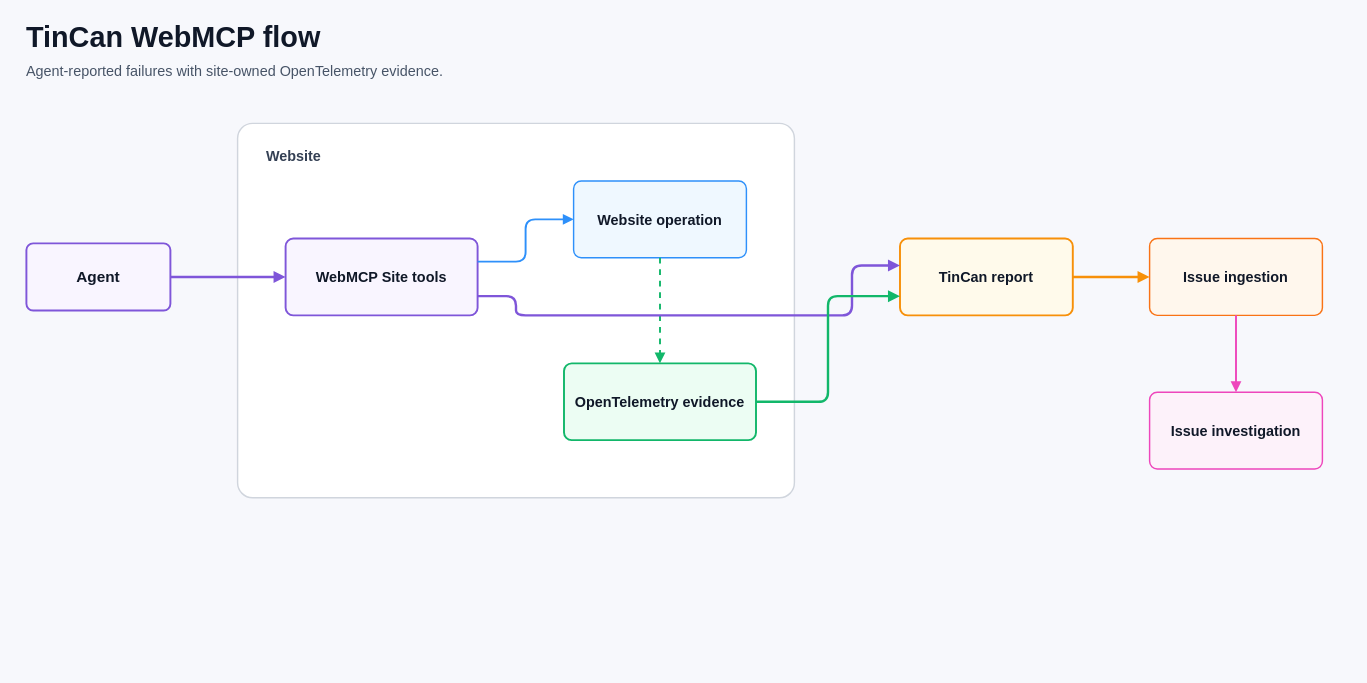
mehdyhaghy/tincan-webmcp keeps this draw.io diagram as docs/architecture.drawio. Above is the earlier version. Source tidied: cells renumbered, new cells numbered last; positions are measured from the earlier drawing's top-left corner, leaving out a move shared by most shapes. Both pictures are drawn from the tidied source at 96%, with x=0, y=0 at pixel (26, 16).
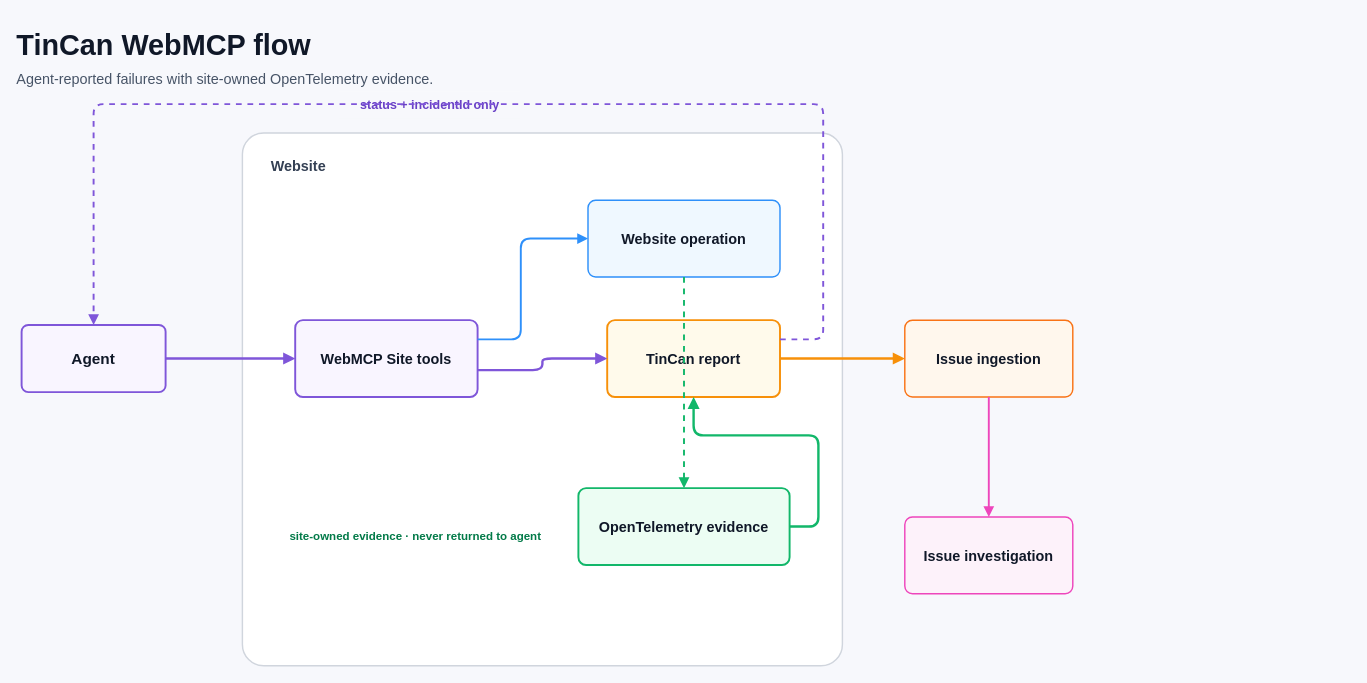
After the change.

Commit message (it also covers changes not shown here):
docs(architecture): clarify privacy boundary

Change to the diagram source:
```diff
@@
     <mxCell id="2" value="TinCan WebMCP flow" style="text;html=1;align=left;verticalAlign=middle;fontFamily=Helvetica;fontSize=30;fontStyle=1;fontColor=#101828;spacing=0;" parent="1" vertex="1">
-      <mxGeometry width="1380" height="42" as="geometry" />
+      <mxGeometry x="-10" y="8" width="1100" height="42" as="geometry" />
     </mxCell>
     <mxCell id="3" value="Agent-reported failures with site-owned OpenTelemetry evidence." style="text;html=1;align=left;verticalAlign=middle;fontFamily=Helvetica;fontSize=15;fontColor=#475467;spacing=0;" parent="1" vertex="1">
-      <mxGeometry y="42" width="1380" height="28" as="geometry" />
+      <mxGeometry x="-10" y="50" width="1100" height="28" as="geometry" />
     </mxCell>
     <mxCell id="4" value="&lt;b&gt;Agent&lt;/b&gt;" style="rounded=1;whiteSpace=wrap;html=1;arcSize=10;fillColor=#F9F5FF;strokeColor=#7F56D9;strokeWidth=2;fontFamily=Helvetica;fontSize=16;fontColor=#101828;align=center;verticalAlign=middle;" parent="1" vertex="1">
-      <mxGeometry y="236" width="150" height="70" as="geometry" />
+      <mxGeometry x="-5" y="321" width="150" height="70" as="geometry" />
     </mxCell>
     <mxCell id="5" style="rounded=1;whiteSpace=wrap;html=1;arcSize=4;fillColor=#FFFFFF;strokeColor=#D0D5DD;strokeWidth=1.5;" parent="1" vertex="1">
-      <mxGeometry x="220" y="111" width="580" height="390" as="geometry" />
+      <mxGeometry x="225" y="121" width="625" height="555" as="geometry" />
     </mxCell>
     <mxCell id="6" value="Website" style="text;html=1;align=left;verticalAlign=middle;fontFamily=Helvetica;fontSize=15;fontStyle=1;fontColor=#344054;spacing=0;" parent="1" vertex="1">
-      <mxGeometry x="250" y="131" width="500" height="28" as="geometry" />
+      <mxGeometry x="255" y="141" width="500" height="28" as="geometry" />
     </mxCell>
     <mxCell id="7" value="&lt;b&gt;WebMCP Site tools&lt;/b&gt;" style="rounded=1;whiteSpace=wrap;html=1;arcSize=10;fillColor=#F9F5FF;strokeColor=#7F56D9;strokeWidth=2;fontFamily=Helvetica;fontSize=15;fontColor=#101828;align=center;verticalAlign=middle;" parent="1" vertex="1">
-      <mxGeometry x="270" y="231" width="200" height="80" as="geometry" />
+      <mxGeometry x="280" y="316" width="190" height="80" as="geometry" />
     </mxCell>
     <mxCell id="8" value="&lt;b&gt;Website operation&lt;/b&gt;" style="rounded=1;whiteSpace=wrap;html=1;arcSize=10;fillColor=#EFF8FF;strokeColor=#2E90FA;strokeWidth=1.5;fontFamily=Helvetica;fontSize=15;fontColor=#101828;align=center;verticalAlign=middle;" parent="1" vertex="1">
-      <mxGeometry x="570" y="171" width="180" height="80" as="geometry" />
+      <mxGeometry x="585" y="191" width="200" height="80" as="geometry" />
     </mxCell>
+    <mxCell id="10" value="&lt;b&gt;TinCan report&lt;/b&gt;" style="rounded=1;whiteSpace=wrap;html=1;arcSize=10;fillColor=#FFFAEB;strokeColor=#F79009;strokeWidth=2;fontFamily=Helvetica;fontSize=15;fontColor=#101828;align=center;verticalAlign=middle;" parent="1" vertex="1">
+      <mxGeometry x="605" y="316" width="180" height="80" as="geometry" />
+    </mxCell>
     <mxCell id="9" value="&lt;b&gt;OpenTelemetry evidence&lt;/b&gt;" style="rounded=1;whiteSpace=wrap;html=1;arcSize=10;fillColor=#ECFDF3;strokeColor=#12B76A;strokeWidth=2;fontFamily=Helvetica;fontSize=15;fontColor=#101828;align=center;verticalAlign=middle;" parent="1" vertex="1">
-      <mxGeometry x="560" y="361" width="200" height="80" as="geometry" />
+      <mxGeometry x="575" y="491" width="220" height="80" as="geometry" />
     </mxCell>
-    <mxCell id="10" value="&lt;b&gt;TinCan report&lt;/b&gt;" style="rounded=1;whiteSpace=wrap;html=1;arcSize=10;fillColor=#FFFAEB;strokeColor=#F79009;strokeWidth=2;fontFamily=Helvetica;fontSize=15;fontColor=#101828;align=center;verticalAlign=middle;" parent="1" vertex="1">
-      <mxGeometry x="910" y="231" width="180" height="80" as="geometry" />
-    </mxCell>
     <mxCell id="11" value="&lt;b&gt;Issue ingestion&lt;/b&gt;" style="rounded=1;whiteSpace=wrap;html=1;arcSize=10;fillColor=#FFF7ED;strokeColor=#F97316;strokeWidth=1.5;fontFamily=Helvetica;fontSize=15;fontColor=#101828;align=center;verticalAlign=middle;" parent="1" vertex="1">
-      <mxGeometry x="1170" y="231" width="180" height="80" as="geometry" />
+      <mxGeometry x="915" y="316" width="175" height="80" as="geometry" />
     </mxCell>
     <mxCell id="12" value="&lt;b&gt;Issue investigation&lt;/b&gt;" style="rounded=1;whiteSpace=wrap;html=1;arcSize=10;fillColor=#FDF2FA;strokeColor=#EE46BC;strokeWidth=1.5;fontFamily=Helvetica;fontSize=15;fontColor=#101828;align=center;verticalAlign=middle;" parent="1" vertex="1">
-      <mxGeometry x="1170" y="391" width="180" height="80" as="geometry" />
+      <mxGeometry x="915" y="521" width="175" height="80" as="geometry" />
     </mxCell>
+    <mxCell id="20" value="status + incidentId only" style="text;html=1;align=center;verticalAlign=middle;fontFamily=Helvetica;fontSize=13;fontStyle=1;fontColor=#6941C6;fillColor=#F7F8FC;spacing=4;" parent="1" vertex="1">
+      <mxGeometry x="325" y="78" width="190" height="28" as="geometry" />
+    </mxCell>
+    <mxCell id="21" value="site-owned evidence · never returned to agent" style="text;html=1;align=center;verticalAlign=middle;fontFamily=Helvetica;fontSize=12;fontStyle=1;fontColor=#027A48;fillColor=#FFFFFF;spacing=4;" parent="1" vertex="1">
+      <mxGeometry x="280" y="526" width="250" height="30" as="geometry" />
+    </mxCell>
@@
-    <mxCell id="14" style="edgeStyle=orthogonalEdgeStyle;rounded=1;jettySize=auto;html=1;strokeColor=#2E90FA;strokeWidth=2;endArrow=block;endFill=1;exitX=1;exitY=0.3;entryX=0;entryY=0.5;" parent="1" edge="1" source="7" target="8">
-      <mxGeometry relative="1" as="geometry" />
+    <mxCell id="14" style="edgeStyle=orthogonalEdgeStyle;rounded=1;jettySize=auto;html=1;strokeColor=#2E90FA;strokeWidth=2;endArrow=block;endFill=1;exitX=1;exitY=0.25;entryX=0;entryY=0.5;" parent="1" edge="1" source="7" target="8">
+      <mxGeometry relative="1" as="geometry">
+        <Array as="points">
+          <mxPoint x="515" y="336" />
+          <mxPoint x="515" y="231" />
+        </Array>
+      </mxGeometry>
     </mxCell>
+    <mxCell id="16" style="edgeStyle=orthogonalEdgeStyle;rounded=1;jettySize=auto;html=1;strokeColor=#7F56D9;strokeWidth=2.5;endArrow=block;endFill=1;exitX=1;exitY=0.65;entryX=0;entryY=0.5;" parent="1" edge="1" source="7" target="10">
+      <mxGeometry relative="1" as="geometry" />
+    </mxCell>
@@
-    <mxCell id="16" style="edgeStyle=orthogonalEdgeStyle;rounded=1;jettySize=auto;html=1;strokeColor=#7F56D9;strokeWidth=2.5;endArrow=block;endFill=1;exitX=1;exitY=0.75;entryX=0;entryY=0.35;" parent="1" edge="1" source="7" target="10">
-      <mxGeometry relative="1" as="geometry">
-        <Array as="points">
-          <mxPoint x="510" y="291" />
-          <mxPoint x="510" y="311" />
-          <mxPoint x="860" y="311" />
-          <mxPoint x="860" y="259" />
-        </Array>
-      </mxGeometry>
-    </mxCell>
-    <mxCell id="17" style="edgeStyle=orthogonalEdgeStyle;rounded=1;jettySize=auto;html=1;strokeColor=#12B76A;strokeWidth=2.5;endArrow=block;endFill=1;exitX=1;exitY=0.5;entryX=0;entryY=0.75;" parent="1" edge="1" source="9" target="10">
-      <mxGeometry relative="1" as="geometry" />
+    <mxCell id="17" style="edgeStyle=orthogonalEdgeStyle;rounded=1;jettySize=auto;html=1;strokeColor=#12B76A;strokeWidth=2.5;endArrow=block;endFill=1;exitX=1;exitY=0.5;entryX=0.5;entryY=1;" parent="1" edge="1" source="9" target="10">
+      <mxGeometry relative="1" as="geometry">
+        <Array as="points">
+          <mxPoint x="825" y="531" />
+          <mxPoint x="825" y="436" />
+          <mxPoint x="695" y="436" />
+        </Array>
+      </mxGeometry>
     </mxCell>
@@
+    <mxCell id="22" style="edgeStyle=orthogonalEdgeStyle;rounded=1;jettySize=auto;html=1;strokeColor=#7F56D9;strokeWidth=2;dashed=1;endArrow=block;endFill=1;exitX=1;exitY=0.25;entryX=0.5;entryY=0;" parent="1" edge="1" source="10" target="4">
+      <mxGeometry relative="1" as="geometry">
+        <Array as="points">
+          <mxPoint x="830" y="336" />
+          <mxPoint x="830" y="91" />
+          <mxPoint x="70" y="91" />
+        </Array>
+      </mxGeometry>
+    </mxCell>
```
